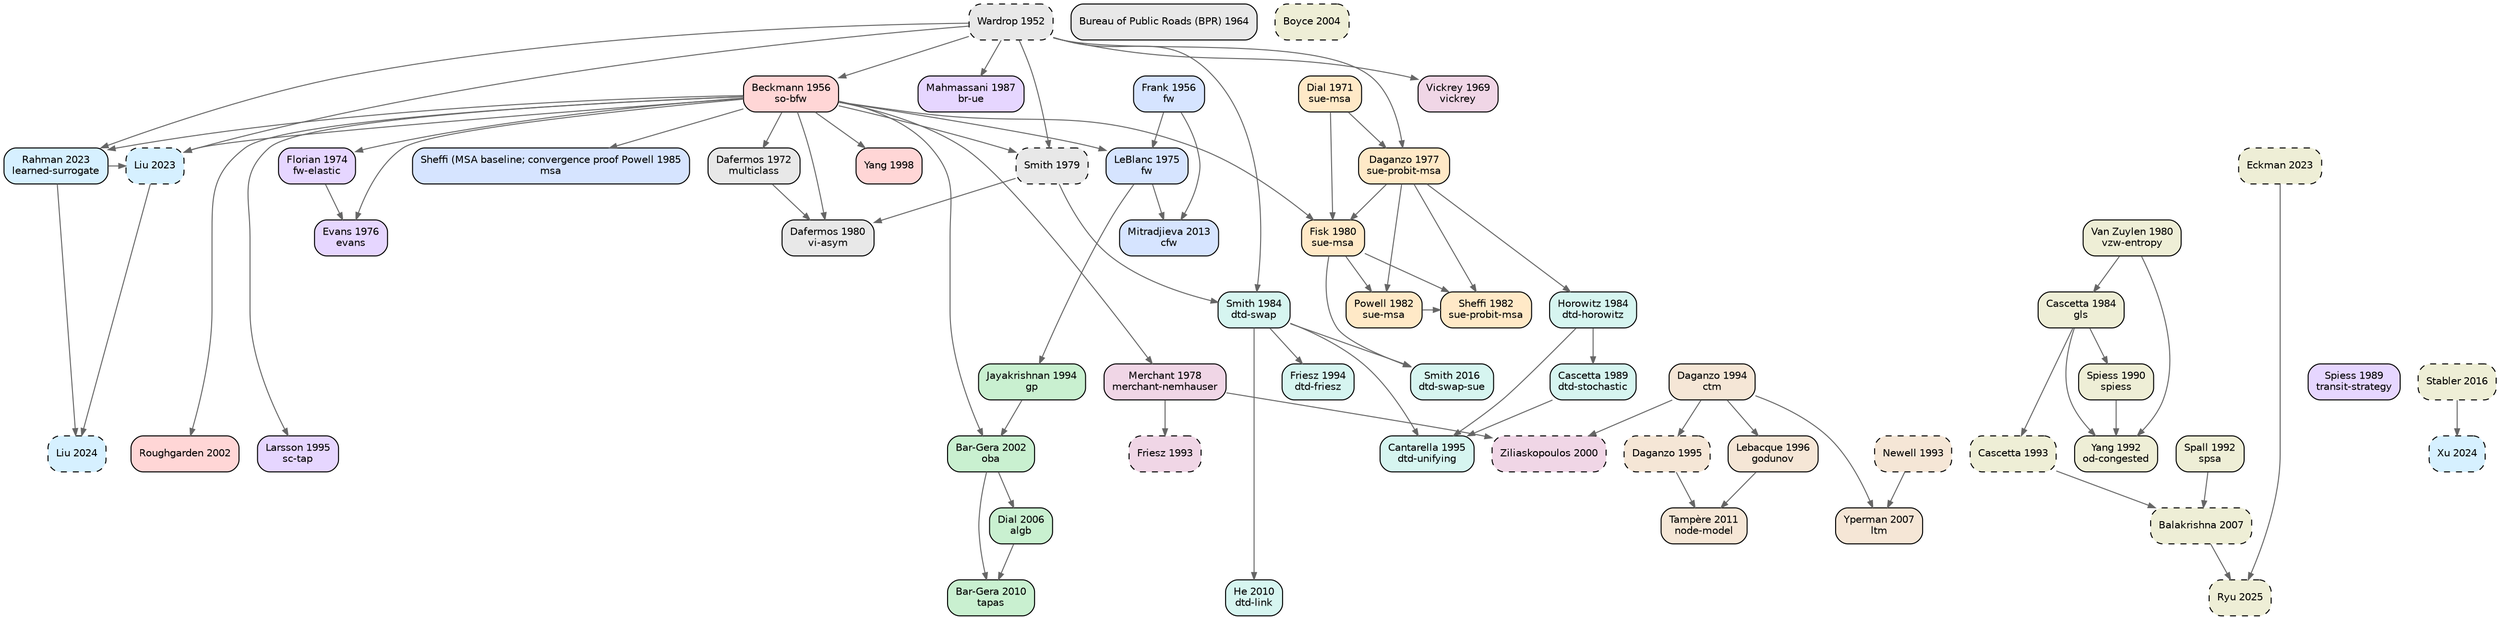
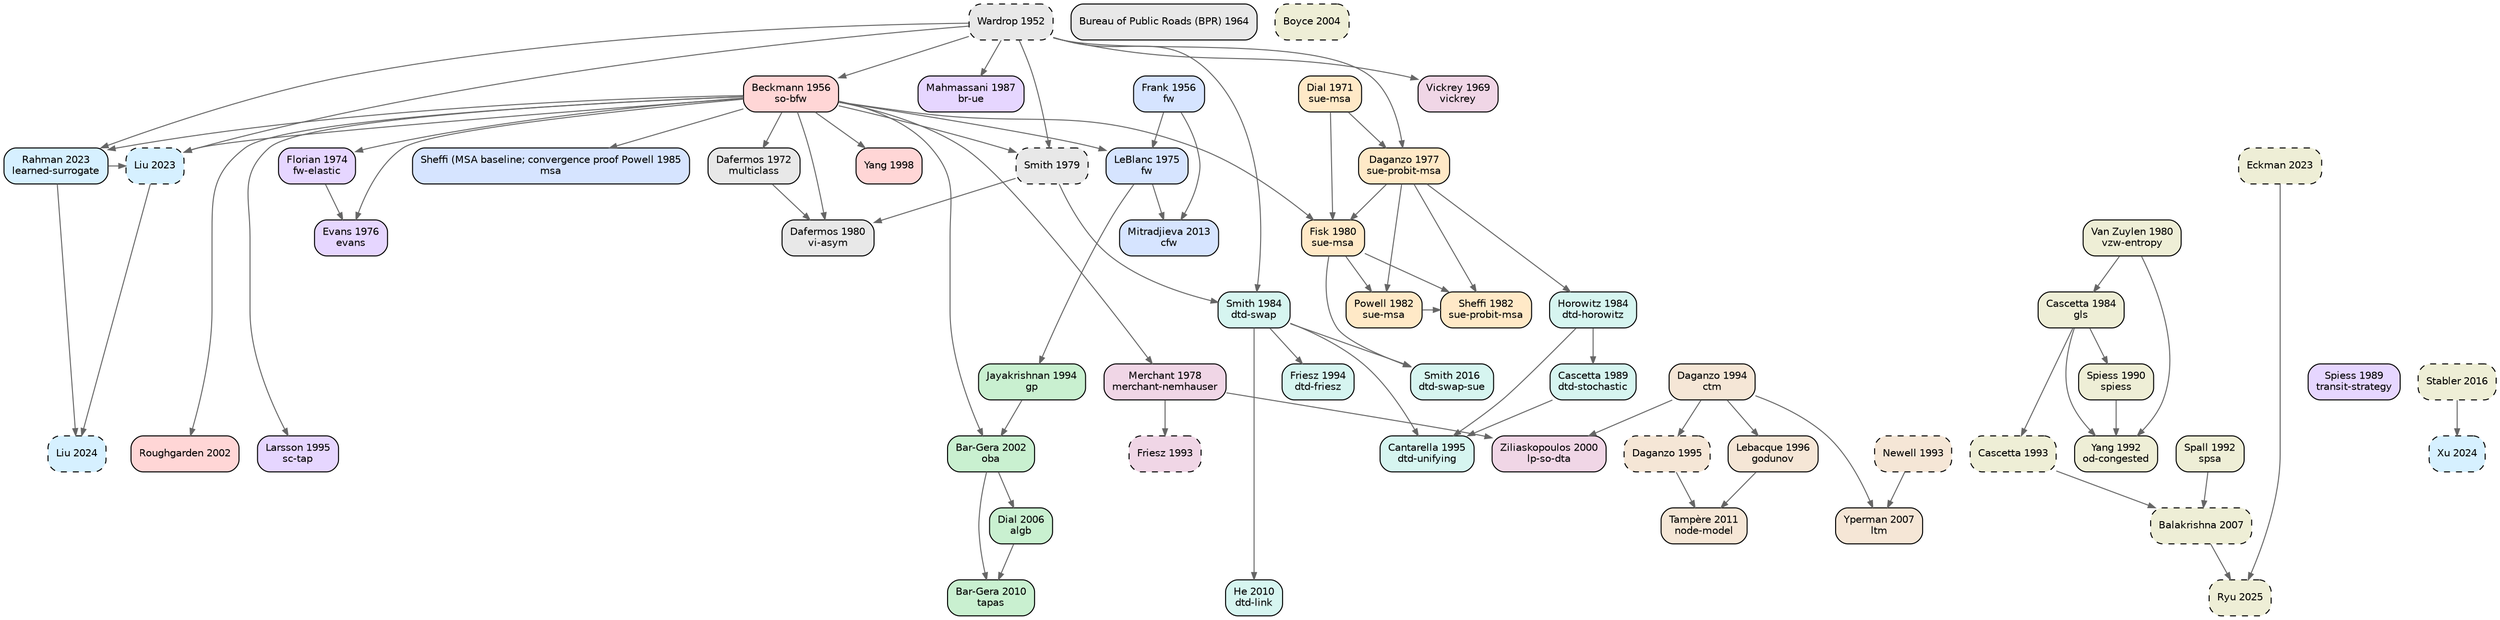
digraph TA_evolution {
  rankdir=TB; node [shape=box,style="rounded,filled",fontname="Helvetica",fontsize=10];
  edge [color="#666666",arrowsize=0.7];
  { rank=same; "wardrop1952some" }
  { rank=same; "frank1956algorithm" "beckmann1956studies" }
  { rank=same; "bpr1964traffic" }
  { rank=same; "vickrey1969congestion" }
  { rank=same; "dial1971probabilistic" }
  { rank=same; "dafermos1972traffic" }
  { rank=same; "florian1974method" }
  { rank=same; "leblanc1975efficient" }
  { rank=same; "evans1976derivation" }
  { rank=same; "daganzo1977stochastic" }
  { rank=same; "merchant1978model" }
  { rank=same; "smith1979existence" }
  { rank=same; "dafermos1980traffic" "fisk1980some" "vanzuylen1980most" }
  { rank=same; "powell1982convergence" "sheffi1982algorithm" }
  { rank=same; "horowitz1984stability" "smith1984stability" "cascetta1984estimation" }
  { rank=same; "sheffi1985urban" }
  { rank=same; "mahmassani1987on" }
  { rank=same; "spiess1989optimal" "cascetta1989stochastic" }
  { rank=same; "spiess1990gradient" }
  { rank=same; "spall1992multivariate" "yang1992estimation" }
  { rank=same; "newell1993simplified" "friesz1993variational" "cascetta1993dynamic" }
  { rank=same; "jayakrishnan1994faster" "friesz1994daytoday" "daganzo1994cell" }
  { rank=same; "larsson1995augmented" "cantarella1995dynamic" "daganzo1995cell" }
  { rank=same; "lebacque1996godunov" }
  { rank=same; "yang1998principle" }
  { rank=same; "ziliaskopoulos2000linear" }
  { rank=same; "bargera2002origin" "roughgarden2002how" }
  { rank=same; "boyce2004convergence" }
  { rank=same; "dial2006path" }
  { rank=same; "yperman2007link" "balakrishna2007offline" }
  { rank=same; "bargera2010traffic" "he2010linkbased" }
  { rank=same; "tampere2011generic" }
  { rank=same; "mitradjieva2013stiff" }
  { rank=same; "smith2016routeswapping" "stabler2016transportation" }
  { rank=same; "liu2023end" "rahman2023data" "eckman2023simopt" }
  { rank=same; "liu2024end" "xu2024unified" }
  { rank=same; "ryu2025bo4mob" }
  "wardrop1952some" [label="Wardrop 1952\n",fillcolor="#e8e8e8",style="rounded,filled,dashed"];
  "bpr1964traffic" [label="Bureau of Public Roads (BPR) 1964\n",fillcolor="#e8e8e8",style="rounded,filled"];
  "dafermos1972traffic" [label="Dafermos 1972\nmulticlass",fillcolor="#e8e8e8",style="rounded,filled"];
  "smith1979existence" [label="Smith 1979\n",fillcolor="#e8e8e8",style="rounded,filled,dashed"];
  "dafermos1980traffic" [label="Dafermos 1980\nvi-asym",fillcolor="#e8e8e8",style="rounded,filled"];
  "frank1956algorithm" [label="Frank 1956\nfw",fillcolor="#d6e4ff",style="rounded,filled"];
  "leblanc1975efficient" [label="LeBlanc 1975\nfw",fillcolor="#d6e4ff",style="rounded,filled"];
  "sheffi1985urban" [label="Sheffi (MSA baseline; convergence proof Powell 1985\nmsa",fillcolor="#d6e4ff",style="rounded,filled"];
  "mitradjieva2013stiff" [label="Mitradjieva 2013\ncfw",fillcolor="#d6e4ff",style="rounded,filled"];
  "jayakrishnan1994faster" [label="Jayakrishnan 1994\ngp",fillcolor="#c9f0d0",style="rounded,filled"];
  "bargera2002origin" [label="Bar-Gera 2002\noba",fillcolor="#c9f0d0",style="rounded,filled"];
  "dial2006path" [label="Dial 2006\nalgb",fillcolor="#c9f0d0",style="rounded,filled"];
  "bargera2010traffic" [label="Bar-Gera 2010\ntapas",fillcolor="#c9f0d0",style="rounded,filled"];
  "dial1971probabilistic" [label="Dial 1971\nsue-msa",fillcolor="#ffe9c7",style="rounded,filled"];
  "daganzo1977stochastic" [label="Daganzo 1977\nsue-probit-msa",fillcolor="#ffe9c7",style="rounded,filled"];
  "fisk1980some" [label="Fisk 1980\nsue-msa",fillcolor="#ffe9c7",style="rounded,filled"];
  "powell1982convergence" [label="Powell 1982\nsue-msa",fillcolor="#ffe9c7",style="rounded,filled"];
  "sheffi1982algorithm" [label="Sheffi 1982\nsue-probit-msa",fillcolor="#ffe9c7",style="rounded,filled"];
  "beckmann1956studies" [label="Beckmann 1956\nso-bfw",fillcolor="#ffd6d6",style="rounded,filled"];
  "yang1998principle" [label="Yang 1998\n",fillcolor="#ffd6d6",style="rounded,filled"];
  "roughgarden2002how" [label="Roughgarden 2002\n",fillcolor="#ffd6d6",style="rounded,filled"];
  "florian1974method" [label="Florian 1974\nfw-elastic",fillcolor="#e6d6ff",style="rounded,filled"];
  "evans1976derivation" [label="Evans 1976\nevans",fillcolor="#e6d6ff",style="rounded,filled"];
  "mahmassani1987on" [label="Mahmassani 1987\nbr-ue",fillcolor="#e6d6ff",style="rounded,filled"];
  "spiess1989optimal" [label="Spiess 1989\ntransit-strategy",fillcolor="#e6d6ff",style="rounded,filled"];
  "larsson1995augmented" [label="Larsson 1995\nsc-tap",fillcolor="#e6d6ff",style="rounded,filled"];
  "horowitz1984stability" [label="Horowitz 1984\ndtd-horowitz",fillcolor="#d6f5f0",style="rounded,filled"];
  "smith1984stability" [label="Smith 1984\ndtd-swap",fillcolor="#d6f5f0",style="rounded,filled"];
  "cascetta1989stochastic" [label="Cascetta 1989\ndtd-stochastic",fillcolor="#d6f5f0",style="rounded,filled"];
  "friesz1994daytoday" [label="Friesz 1994\ndtd-friesz",fillcolor="#d6f5f0",style="rounded,filled"];
  "cantarella1995dynamic" [label="Cantarella 1995\ndtd-unifying",fillcolor="#d6f5f0",style="rounded,filled"];
  "he2010linkbased" [label="He 2010\ndtd-link",fillcolor="#d6f5f0",style="rounded,filled"];
  "smith2016routeswapping" [label="Smith 2016\ndtd-swap-sue",fillcolor="#d6f5f0",style="rounded,filled"];
  "newell1993simplified" [label="Newell 1993\n",fillcolor="#f5e6d6",style="rounded,filled,dashed"];
  "daganzo1994cell" [label="Daganzo 1994\nctm",fillcolor="#f5e6d6",style="rounded,filled"];
  "daganzo1995cell" [label="Daganzo 1995\n",fillcolor="#f5e6d6",style="rounded,filled,dashed"];
  "lebacque1996godunov" [label="Lebacque 1996\ngodunov",fillcolor="#f5e6d6",style="rounded,filled"];
  "yperman2007link" [label="Yperman 2007\nltm",fillcolor="#f5e6d6",style="rounded,filled"];
  "tampere2011generic" [label="Tampère 2011\nnode-model",fillcolor="#f5e6d6",style="rounded,filled"];
  "vickrey1969congestion" [label="Vickrey 1969\nvickrey",fillcolor="#f0d6e6",style="rounded,filled"];
  "merchant1978model" [label="Merchant 1978\nmerchant-nemhauser",fillcolor="#f0d6e6",style="rounded,filled"];
  "friesz1993variational" [label="Friesz 1993\n",fillcolor="#f0d6e6",style="rounded,filled,dashed"];
-   "ziliaskopoulos2000linear" [label="Ziliaskopoulos 2000\n",fillcolor="#f0d6e6",style="rounded,filled,dashed"];
+   "ziliaskopoulos2000linear" [label="Ziliaskopoulos 2000\nlp-so-dta",fillcolor="#f0d6e6",style="rounded,filled"];
  "liu2023end" [label="Liu 2023\n",fillcolor="#d6f0ff",style="rounded,filled,dashed"];
  "rahman2023data" [label="Rahman 2023\nlearned-surrogate",fillcolor="#d6f0ff",style="rounded,filled"];
  "liu2024end" [label="Liu 2024\n",fillcolor="#d6f0ff",style="rounded,filled,dashed"];
  "xu2024unified" [label="Xu 2024\n",fillcolor="#d6f0ff",style="rounded,filled,dashed"];
  "vanzuylen1980most" [label="Van Zuylen 1980\nvzw-entropy",fillcolor="#eeeed6",style="rounded,filled"];
  "cascetta1984estimation" [label="Cascetta 1984\ngls",fillcolor="#eeeed6",style="rounded,filled"];
  "spiess1990gradient" [label="Spiess 1990\nspiess",fillcolor="#eeeed6",style="rounded,filled"];
  "spall1992multivariate" [label="Spall 1992\nspsa",fillcolor="#eeeed6",style="rounded,filled"];
  "yang1992estimation" [label="Yang 1992\nod-congested",fillcolor="#eeeed6",style="rounded,filled"];
  "cascetta1993dynamic" [label="Cascetta 1993\n",fillcolor="#eeeed6",style="rounded,filled,dashed"];
  "boyce2004convergence" [label="Boyce 2004\n",fillcolor="#eeeed6",style="rounded,filled,dashed"];
  "balakrishna2007offline" [label="Balakrishna 2007\n",fillcolor="#eeeed6",style="rounded,filled,dashed"];
  "stabler2016transportation" [label="Stabler 2016\n",fillcolor="#eeeed6",style="rounded,filled,dashed"];
  "eckman2023simopt" [label="Eckman 2023\n",fillcolor="#eeeed6",style="rounded,filled,dashed"];
  "ryu2025bo4mob" [label="Ryu 2025\n",fillcolor="#eeeed6",style="rounded,filled,dashed"];
  "beckmann1956studies" -> "dafermos1972traffic";
  "wardrop1952some" -> "smith1979existence";
  "beckmann1956studies" -> "smith1979existence";
  "smith1979existence" -> "dafermos1980traffic";
  "beckmann1956studies" -> "dafermos1980traffic";
  "dafermos1972traffic" -> "dafermos1980traffic";
  "frank1956algorithm" -> "leblanc1975efficient";
  "beckmann1956studies" -> "leblanc1975efficient";
  "beckmann1956studies" -> "sheffi1985urban";
  "leblanc1975efficient" -> "mitradjieva2013stiff";
  "frank1956algorithm" -> "mitradjieva2013stiff";
  "leblanc1975efficient" -> "jayakrishnan1994faster";
  "jayakrishnan1994faster" -> "bargera2002origin";
  "beckmann1956studies" -> "bargera2002origin";
  "bargera2002origin" -> "dial2006path";
  "dial2006path" -> "bargera2010traffic";
  "bargera2002origin" -> "bargera2010traffic";
  "dial1971probabilistic" -> "daganzo1977stochastic";
  "wardrop1952some" -> "daganzo1977stochastic";
  "daganzo1977stochastic" -> "fisk1980some";
  "dial1971probabilistic" -> "fisk1980some";
  "beckmann1956studies" -> "fisk1980some";
  "fisk1980some" -> "powell1982convergence";
  "daganzo1977stochastic" -> "powell1982convergence";
  "daganzo1977stochastic" -> "sheffi1982algorithm";
  "powell1982convergence" -> "sheffi1982algorithm";
  "fisk1980some" -> "sheffi1982algorithm";
  "wardrop1952some" -> "beckmann1956studies";
  "beckmann1956studies" -> "yang1998principle";
  "beckmann1956studies" -> "roughgarden2002how";
  "beckmann1956studies" -> "florian1974method";
  "beckmann1956studies" -> "evans1976derivation";
  "florian1974method" -> "evans1976derivation";
  "wardrop1952some" -> "mahmassani1987on";
  "beckmann1956studies" -> "larsson1995augmented";
  "daganzo1977stochastic" -> "horowitz1984stability";
  "smith1979existence" -> "smith1984stability";
  "wardrop1952some" -> "smith1984stability";
  "horowitz1984stability" -> "cascetta1989stochastic";
  "smith1984stability" -> "friesz1994daytoday";
  "cascetta1989stochastic" -> "cantarella1995dynamic";
  "smith1984stability" -> "cantarella1995dynamic";
  "horowitz1984stability" -> "cantarella1995dynamic";
  "smith1984stability" -> "he2010linkbased";
  "smith1984stability" -> "smith2016routeswapping";
  "fisk1980some" -> "smith2016routeswapping";
  "daganzo1994cell" -> "daganzo1995cell";
  "daganzo1994cell" -> "lebacque1996godunov";
  "newell1993simplified" -> "yperman2007link";
  "daganzo1994cell" -> "yperman2007link";
  "daganzo1995cell" -> "tampere2011generic";
  "lebacque1996godunov" -> "tampere2011generic";
  "wardrop1952some" -> "vickrey1969congestion";
  "beckmann1956studies" -> "merchant1978model";
  "merchant1978model" -> "friesz1993variational";
  "merchant1978model" -> "ziliaskopoulos2000linear";
  "daganzo1994cell" -> "ziliaskopoulos2000linear";
  "rahman2023data" -> "liu2023end";
  "beckmann1956studies" -> "liu2023end";
  "wardrop1952some" -> "liu2023end";
  "wardrop1952some" -> "rahman2023data";
  "beckmann1956studies" -> "rahman2023data";
  "rahman2023data" -> "liu2024end";
  "liu2023end" -> "liu2024end";
  "stabler2016transportation" -> "xu2024unified";
  "vanzuylen1980most" -> "cascetta1984estimation";
  "cascetta1984estimation" -> "spiess1990gradient";
  "cascetta1984estimation" -> "yang1992estimation";
  "spiess1990gradient" -> "yang1992estimation";
  "vanzuylen1980most" -> "yang1992estimation";
  "cascetta1984estimation" -> "cascetta1993dynamic";
  "spall1992multivariate" -> "balakrishna2007offline";
  "cascetta1993dynamic" -> "balakrishna2007offline";
  "eckman2023simopt" -> "ryu2025bo4mob";
  "balakrishna2007offline" -> "ryu2025bo4mob";
}
